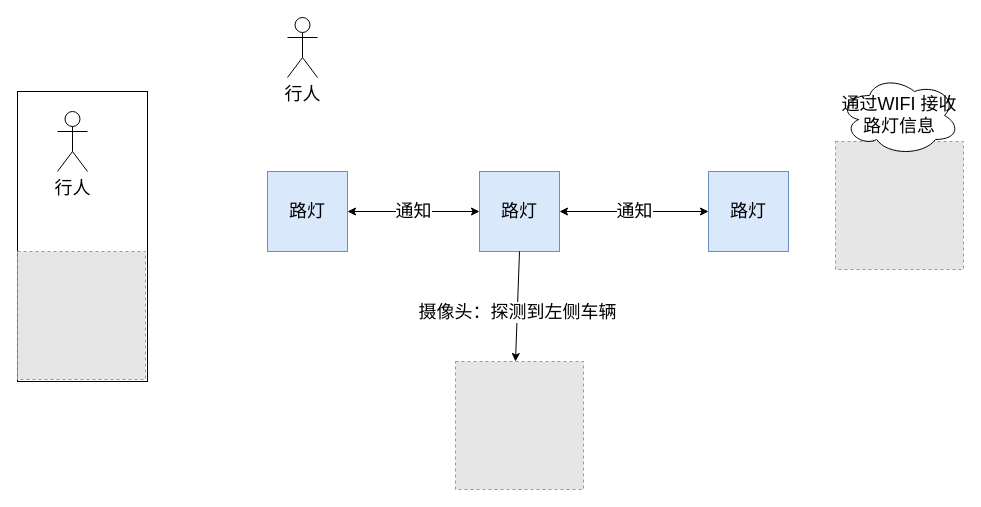
The draw.io diagram street_lamp_tree.drawio in fuliteng/InitRes, before the edit. Source tidied: cells renumbered, new cells numbered last; positions are measured from the earlier drawing's top-left corner, leaving out a move shared by most shapes. Both pictures are drawn from the tidied source at 100%, with x=0, y=0 at pixel (17, 17). Pictures stored in the file or linked from it are replaced by grey dashed boxes.
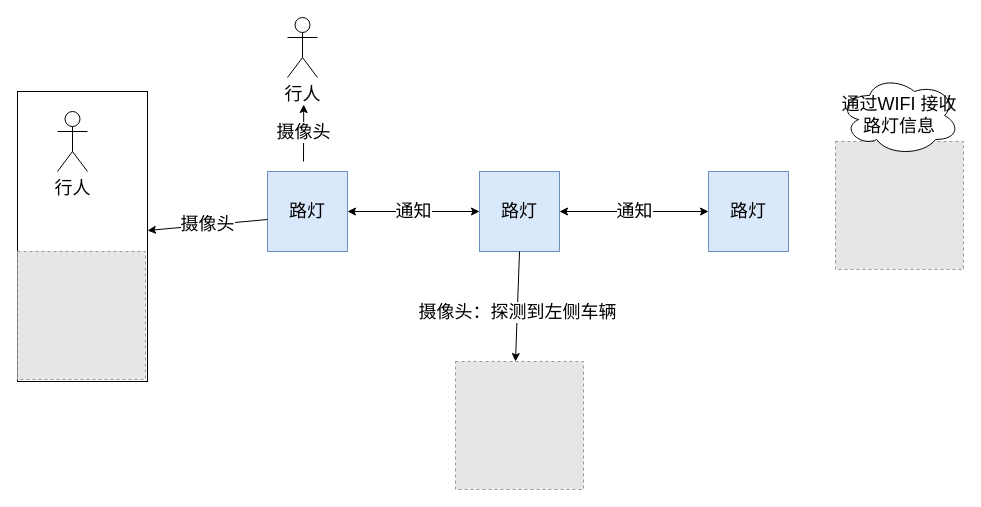
Above is the later version.

The change refers to these unchanged cells:
```xml
<mxCell id="2" value="&lt;font style=&quot;font-size: 18px&quot;&gt;路灯&lt;/font&gt;" style="whiteSpace=wrap;html=1;fillColor=#dae8fc;strokeColor=#6c8ebf;" parent="1" vertex="1">
  <mxGeometry x="250" y="154" width="80" height="80" as="geometry" />
</mxCell>
<mxCell id="9" style="rounded=0;whiteSpace=wrap;html=1;fontSize=18;" parent="1" vertex="1">
  <mxGeometry y="74" width="130" height="290" as="geometry" />
</mxCell>
```

Change to the diagram source:
```diff
@@
+    <mxCell id="16" value="摄像头" style="endArrow=classic;html=1;rounded=0;fontSize=18;exitX=0;exitY=0.6;exitDx=0;exitDy=0;exitPerimeter=0;" parent="1" edge="1" source="2" target="9">
+      <mxGeometry relative="1" as="geometry" />
+    </mxCell>
+    <mxCell id="17" value="摄像头" style="endArrow=classic;html=1;rounded=0;fontSize=18;" parent="1" edge="1">
+      <mxGeometry relative="1" as="geometry">
+        <mxPoint x="286" y="144" as="sourcePoint" />
+        <mxPoint x="286.2" y="87" as="targetPoint" />
+      </mxGeometry>
+    </mxCell>
```
